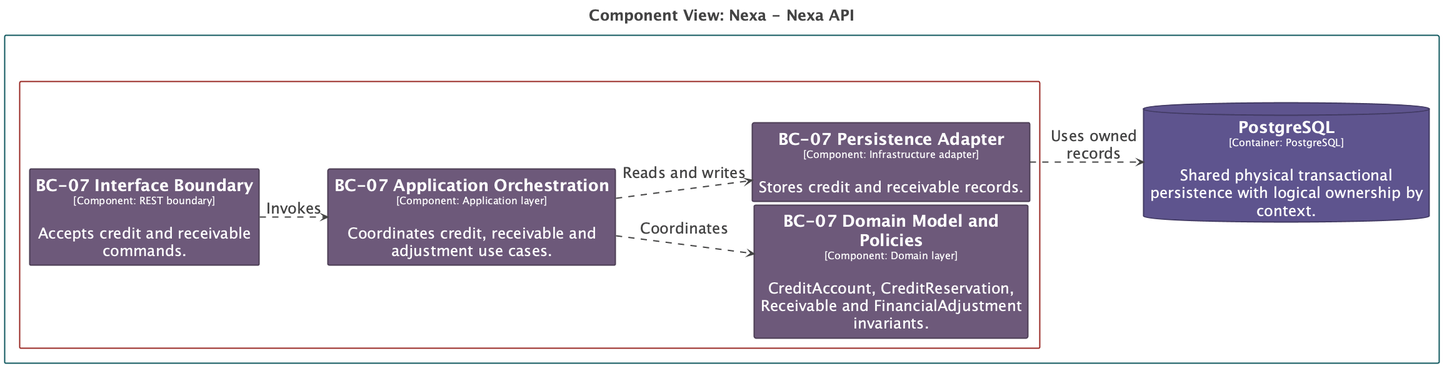
Before: report/assets/chapter-2/c4/Nexa-API-BC-07-CreditReceivables.png, a diagram exported from PlantUML (nexa-suite/mobile-report).
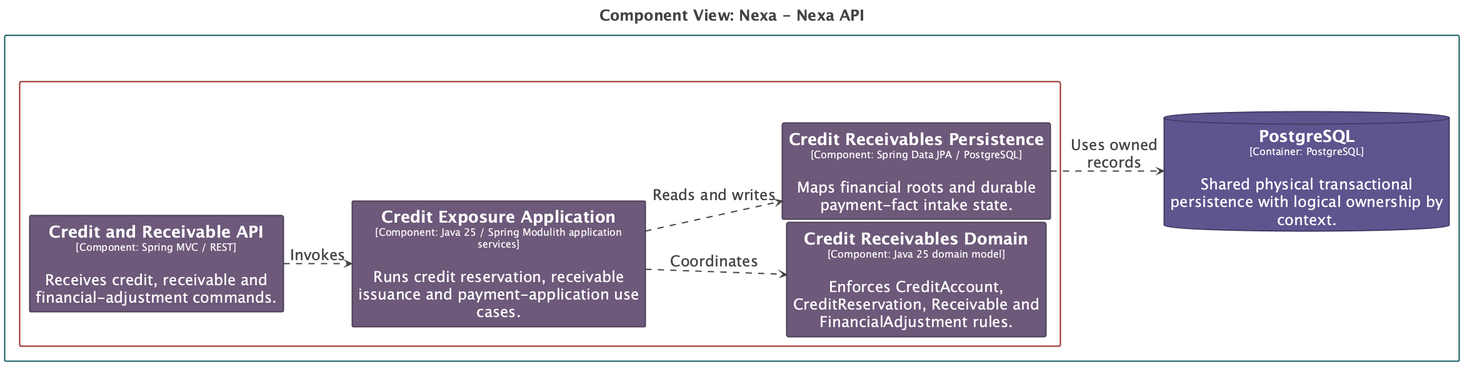
Later version of the same file.

Diff of the diagram source:
```diff
@@ -71,18 +71,18 @@
 
 rectangle "Nexa\n<size:16>[Software System]</size>" <<Boundary-TmV4YQ==>> {
   rectangle "Nexa API\n<size:16>[Container: Java 25 / Spring Boot 4.1 / Spring Modulith]</size>" <<Boundary-TmV4YSBBUEk=>> {
-    rectangle "==BC-07 Interface Boundary\n<size:16>[Component: REST boundary]</size>\n\nAccepts credit and receivable commands." <<Element-RWxlbWVudCxDb21wb25lbnQ=>> as Nexa.NexaAPI.BC07InterfaceBoundary
-    rectangle "==BC-07 Application Orchestration\n<size:16>[Component: Application layer]</size>\n\nCoordinates credit, receivable and adjustment use cases." <<Element-RWxlbWVudCxDb21wb25lbnQ=>> as Nexa.NexaAPI.BC07ApplicationOrchestration
-    rectangle "==BC-07 Domain Model and Policies\n<size:16>[Component: Domain layer]</size>\n\nCreditAccount, CreditReservation, Receivable and FinancialAdjustment invariants." <<Element-RWxlbWVudCxDb21wb25lbnQ=>> as Nexa.NexaAPI.BC07DomainModelandPolicies
-    rectangle "==BC-07 Persistence Adapter\n<size:16>[Component: Infrastructure adapter]</size>\n\nStores credit and receivable records." <<Element-RWxlbWVudCxDb21wb25lbnQ=>> as Nexa.NexaAPI.BC07PersistenceAdapter
+    rectangle "==Credit and Receivable API\n<size:16>[Component: Spring MVC / REST]</size>\n\nReceives credit, receivable and financial-adjustment commands." <<Element-RWxlbWVudCxDb21wb25lbnQ=>> as Nexa.NexaAPI.CreditandReceivableAPI
+    rectangle "==Credit Exposure Application\n<size:16>[Component: Java 25 / Spring Modulith application services]</size>\n\nRuns credit reservation, receivable issuance and payment-application use cases." <<Element-RWxlbWVudCxDb21wb25lbnQ=>> as Nexa.NexaAPI.CreditExposureApplication
+    rectangle "==Credit Receivables Domain\n<size:16>[Component: Java 25 domain model]</size>\n\nEnforces CreditAccount, CreditReservation, Receivable and FinancialAdjustment rules." <<Element-RWxlbWVudCxDb21wb25lbnQ=>> as Nexa.NexaAPI.CreditReceivablesDomain
+    rectangle "==Credit Receivables Persistence\n<size:16>[Component: Spring Data JPA / PostgreSQL]</size>\n\nMaps financial roots and durable payment-fact intake state." <<Element-RWxlbWVudCxDb21wb25lbnQ=>> as Nexa.NexaAPI.CreditReceivablesPersistence
   }
 
   database "==PostgreSQL\n<size:16>[Container: PostgreSQL]</size>\n\nShared physical transactional persistence with logical ownership by context." <<Element-RWxlbWVudCxDb250YWluZXIsRGF0YWJhc2U=>> as Nexa.PostgreSQL
 }
 
-Nexa.NexaAPI.BC07InterfaceBoundary --> Nexa.NexaAPI.BC07ApplicationOrchestration <<Relationship-UmVsYXRpb25zaGlw>> : "Invokes"
-Nexa.NexaAPI.BC07ApplicationOrchestration --> Nexa.NexaAPI.BC07DomainModelandPolicies <<Relationship-UmVsYXRpb25zaGlw>> : "Coordinates"
-Nexa.NexaAPI.BC07ApplicationOrchestration --> Nexa.NexaAPI.BC07PersistenceAdapter <<Relationship-UmVsYXRpb25zaGlw>> : "Reads and writes"
-Nexa.NexaAPI.BC07PersistenceAdapter --> Nexa.PostgreSQL <<Relationship-UmVsYXRpb25zaGlw>> : "Uses owned records"
+Nexa.NexaAPI.CreditandReceivableAPI --> Nexa.NexaAPI.CreditExposureApplication <<Relationship-UmVsYXRpb25zaGlw>> : "Invokes"
+Nexa.NexaAPI.CreditExposureApplication --> Nexa.NexaAPI.CreditReceivablesDomain <<Relationship-UmVsYXRpb25zaGlw>> : "Coordinates"
+Nexa.NexaAPI.CreditExposureApplication --> Nexa.NexaAPI.CreditReceivablesPersistence <<Relationship-UmVsYXRpb25zaGlw>> : "Reads and writes"
+Nexa.NexaAPI.CreditReceivablesPersistence --> Nexa.PostgreSQL <<Relationship-UmVsYXRpb25zaGlw>> : "Uses owned records"
 
 @enduml
```
